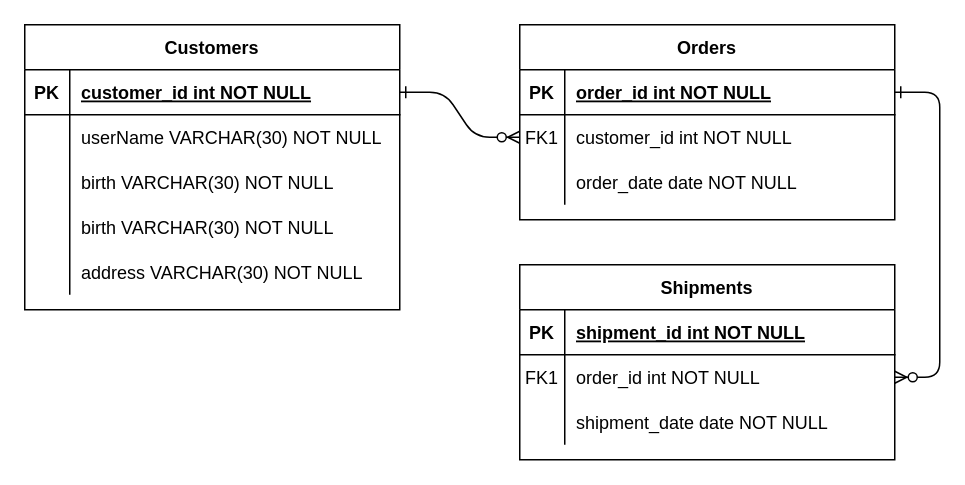
The draw.io diagram study.drawio in bbhchae/StudySpring, before the edit. Source tidied: cells renumbered, new cells numbered last; positions are measured from the earlier drawing's top-left corner, leaving out a move shared by most shapes. Both pictures are drawn from the tidied source at 150%, with x=0, y=0 at pixel (24, 24).
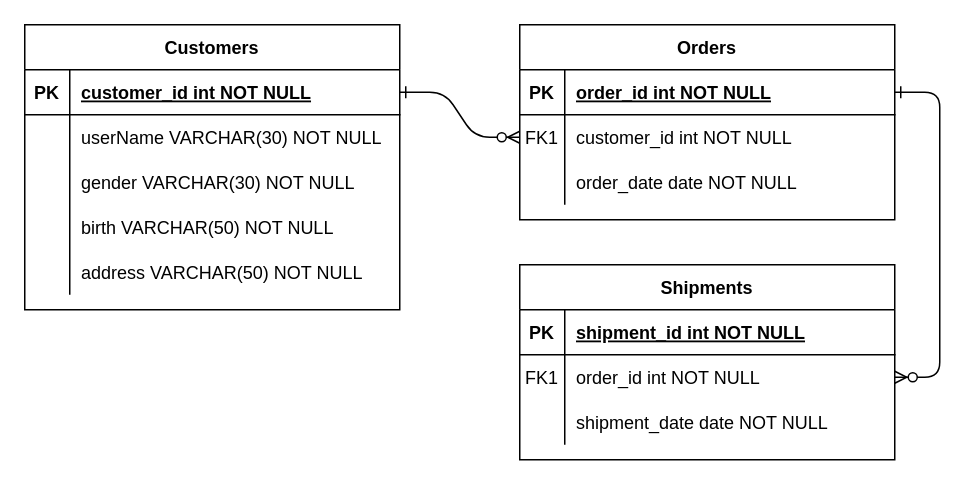
The same diagram, later.

Unchanged cells that the change refers to:
```xml
<mxCell id="31" style="shape=partialRectangle;fillColor=none;top=0;left=0;right=0;bottom=0;" parent="24" vertex="1">
  <mxGeometry y="90" width="250" height="30" as="geometry" />
</mxCell>
<mxCell id="34" style="shape=partialRectangle;fillColor=none;top=0;left=0;right=0;bottom=0;" parent="24" vertex="1">
  <mxGeometry y="120" width="250" height="30" as="geometry" />
</mxCell>
<mxCell id="37" style="shape=partialRectangle;fillColor=none;top=0;left=0;right=0;bottom=0;" parent="24" vertex="1">
  <mxGeometry y="150" width="250" height="30" as="geometry" />
</mxCell>
```

Diff of the diagram source:
```diff
@@
-    <mxCell id="33" value="birth VARCHAR(30) NOT NULL" style="shape=partialRectangle;overflow=hidden;fillColor=none;top=0;left=0;bottom=0;right=0;align=left;spacingLeft=6;" parent="31" vertex="1">
+    <mxCell id="33" value="gender VARCHAR(30) NOT NULL" style="shape=partialRectangle;overflow=hidden;fillColor=none;top=0;left=0;bottom=0;right=0;align=left;spacingLeft=6;" parent="31" vertex="1">
       <mxGeometry x="30" width="220" height="30" as="geometry" />
     </mxCell>
@@
-    <mxCell id="36" value="birth VARCHAR(30) NOT NULL" style="shape=partialRectangle;overflow=hidden;fillColor=none;top=0;left=0;bottom=0;right=0;align=left;spacingLeft=6;" parent="34" vertex="1">
+    <mxCell id="36" value="birth VARCHAR(50) NOT NULL" style="shape=partialRectangle;overflow=hidden;fillColor=none;top=0;left=0;bottom=0;right=0;align=left;spacingLeft=6;" parent="34" vertex="1">
       <mxGeometry x="30" width="220" height="30" as="geometry" />
     </mxCell>
@@
-    <mxCell id="39" value="address VARCHAR(30) NOT NULL" style="shape=partialRectangle;overflow=hidden;fillColor=none;top=0;left=0;bottom=0;right=0;align=left;spacingLeft=6;" parent="37" vertex="1">
-      <mxGeometry x="30" width="220" height="30" as="geometry" />
-    </mxCell>
+    <mxCell id="40" value="address VARCHAR(50) NOT NULL" style="shape=partialRectangle;overflow=hidden;fillColor=none;top=0;left=0;bottom=0;right=0;align=left;spacingLeft=6;" parent="37" vertex="1">
+      <mxGeometry x="30" width="220" height="30" as="geometry" />
+    </mxCell>
```
